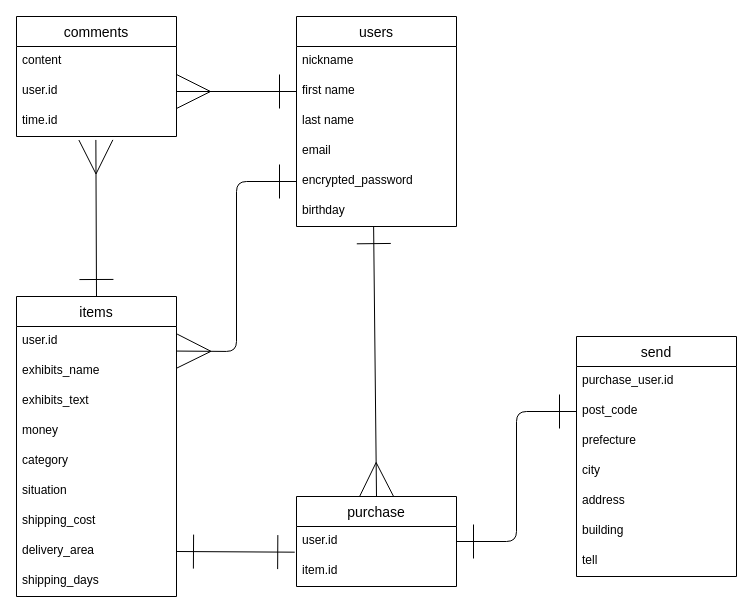
Before: furima-38019.dio in uratatamotsu/furima-38019, a draw.io diagram. Source tidied: cells renumbered, new cells numbered last; positions are measured from the earlier drawing's top-left corner, leaving out a move shared by most shapes. Both pictures are drawn from the tidied source at 100%, with x=0, y=0 at pixel (16, 16).
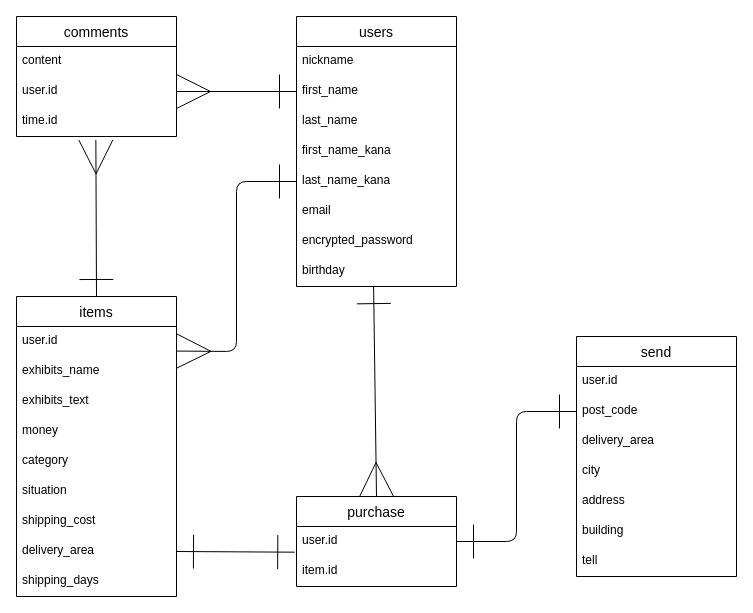
The same page after the edit.

Unchanged cells that the change refers to:
```xml
<mxCell id="5" value="exhibits_name" style="text;strokeColor=none;fillColor=none;spacingLeft=4;spacingRight=4;overflow=hidden;points=[[0,0.5],[1,0.5]];portConstraint=eastwest;fontSize=12;" parent="3" vertex="1">
  <mxGeometry y="60" width="160" height="30" as="geometry" />
</mxCell>
<mxCell id="27" value="send" style="swimlane;fontStyle=0;horizontal=1;startSize=30;align=center;fontSize=14;" parent="1" vertex="1">
  <mxGeometry x="560" y="320" width="160" height="240" as="geometry" />
</mxCell>
```

What changed in the source:
```diff
@@
     <mxCell id="13" value="users" style="swimlane;fontStyle=0;horizontal=1;startSize=30;align=center;fontSize=14;" parent="1" vertex="1">
-      <mxGeometry x="280" width="160" height="210" as="geometry" />
+      <mxGeometry x="280" width="160" height="270" as="geometry" />
     </mxCell>
@@
-    <mxCell id="15" value="first name" style="text;strokeColor=none;fillColor=none;spacingLeft=4;spacingRight=4;overflow=hidden;points=[[0,0.5],[1,0.5]];portConstraint=eastwest;fontSize=12;verticalAlign=top;" parent="13" vertex="1">
+    <mxCell id="15" value="first_name" style="text;strokeColor=none;fillColor=none;spacingLeft=4;spacingRight=4;overflow=hidden;points=[[0,0.5],[1,0.5]];portConstraint=eastwest;fontSize=12;verticalAlign=top;" parent="13" vertex="1">
       <mxGeometry y="60" width="160" height="30" as="geometry" />
     </mxCell>
-    <mxCell id="16" value="last name" style="text;strokeColor=none;fillColor=none;spacingLeft=4;spacingRight=4;overflow=hidden;fontSize=12;verticalAlign=top;" parent="13" vertex="1">
+    <mxCell id="16" value="last_name" style="text;strokeColor=none;fillColor=none;spacingLeft=4;spacingRight=4;overflow=hidden;fontSize=12;verticalAlign=top;" parent="13" vertex="1">
       <mxGeometry y="90" width="160" height="30" as="geometry" />
     </mxCell>
+    <mxCell id="40" value="first_name_kana" style="text;strokeColor=none;fillColor=none;spacingLeft=4;spacingRight=4;overflow=hidden;fontSize=12;verticalAlign=top;" parent="13" vertex="1">
+      <mxGeometry y="120" width="160" height="30" as="geometry" />
+    </mxCell>
+    <mxCell id="41" value="last_name_kana" style="text;strokeColor=none;fillColor=none;spacingLeft=4;spacingRight=4;overflow=hidden;points=[[0,0.5],[1,0.5]];portConstraint=eastwest;fontSize=12;verticalAlign=top;" parent="13" vertex="1">
+      <mxGeometry y="150" width="160" height="30" as="geometry" />
+    </mxCell>
     <mxCell id="17" value="email" style="text;strokeColor=none;fillColor=none;spacingLeft=4;spacingRight=4;overflow=hidden;fontSize=12;verticalAlign=top;" parent="13" vertex="1">
-      <mxGeometry y="120" width="160" height="30" as="geometry" />
+      <mxGeometry y="180" width="160" height="30" as="geometry" />
     </mxCell>
     <mxCell id="18" value="encrypted_password" style="text;strokeColor=none;fillColor=none;spacingLeft=4;spacingRight=4;overflow=hidden;points=[[0,0.5],[1,0.5]];portConstraint=eastwest;fontSize=12;" parent="13" vertex="1">
-      <mxGeometry y="150" width="160" height="30" as="geometry" />
+      <mxGeometry y="210" width="160" height="30" as="geometry" />
     </mxCell>
     <mxCell id="19" value="birthday" style="text;strokeColor=none;fillColor=none;spacingLeft=4;spacingRight=4;overflow=hidden;points=[[0,0.5],[1,0.5]];portConstraint=eastwest;fontSize=12;verticalAlign=top;" parent="13" vertex="1">
-      <mxGeometry y="180" width="160" height="30" as="geometry" />
+      <mxGeometry y="240" width="160" height="30" as="geometry" />
     </mxCell>
@@
-    <mxCell id="28" value="purchase_user.id" style="text;strokeColor=none;fillColor=none;spacingLeft=4;spacingRight=4;overflow=hidden;fontSize=12;" parent="27" vertex="1">
+    <mxCell id="28" value="user.id" style="text;strokeColor=none;fillColor=none;spacingLeft=4;spacingRight=4;overflow=hidden;fontSize=12;" parent="27" vertex="1">
       <mxGeometry y="30" width="160" height="30" as="geometry" />
     </mxCell>
@@
-    <mxCell id="30" value="prefecture" style="text;strokeColor=none;fillColor=none;spacingLeft=4;spacingRight=4;overflow=hidden;fontSize=12;" parent="27" vertex="1">
+    <mxCell id="30" value="delivery_area" style="text;strokeColor=none;fillColor=none;spacingLeft=4;spacingRight=4;overflow=hidden;fontSize=12;" parent="27" vertex="1">
       <mxGeometry y="90" width="160" height="30" as="geometry" />
     </mxCell>
@@
-    <mxCell id="36" style="edgeStyle=none;html=1;exitX=0;exitY=0.5;exitDx=0;exitDy=0;entryX=1.003;entryY=-0.181;entryDx=0;entryDy=0;entryPerimeter=0;fontSize=14;startArrow=ERone;startFill=0;endArrow=ERmany;endFill=0;startSize=32;endSize=32;strokeWidth=1;" parent="1" edge="1" source="18" target="5">
+    <mxCell id="36" style="edgeStyle=none;html=1;exitX=0;exitY=0.5;exitDx=0;exitDy=0;entryX=1.003;entryY=-0.181;entryDx=0;entryDy=0;entryPerimeter=0;fontSize=14;startArrow=ERone;startFill=0;endArrow=ERmany;endFill=0;startSize=32;endSize=32;strokeWidth=1;" parent="1" edge="1" source="41" target="5">
       <mxGeometry relative="1" as="geometry">
         <Array as="points">
           <mxPoint x="220" y="165" />
           <mxPoint x="220" y="335" />
         </Array>
       </mxGeometry>
     </mxCell>
```
